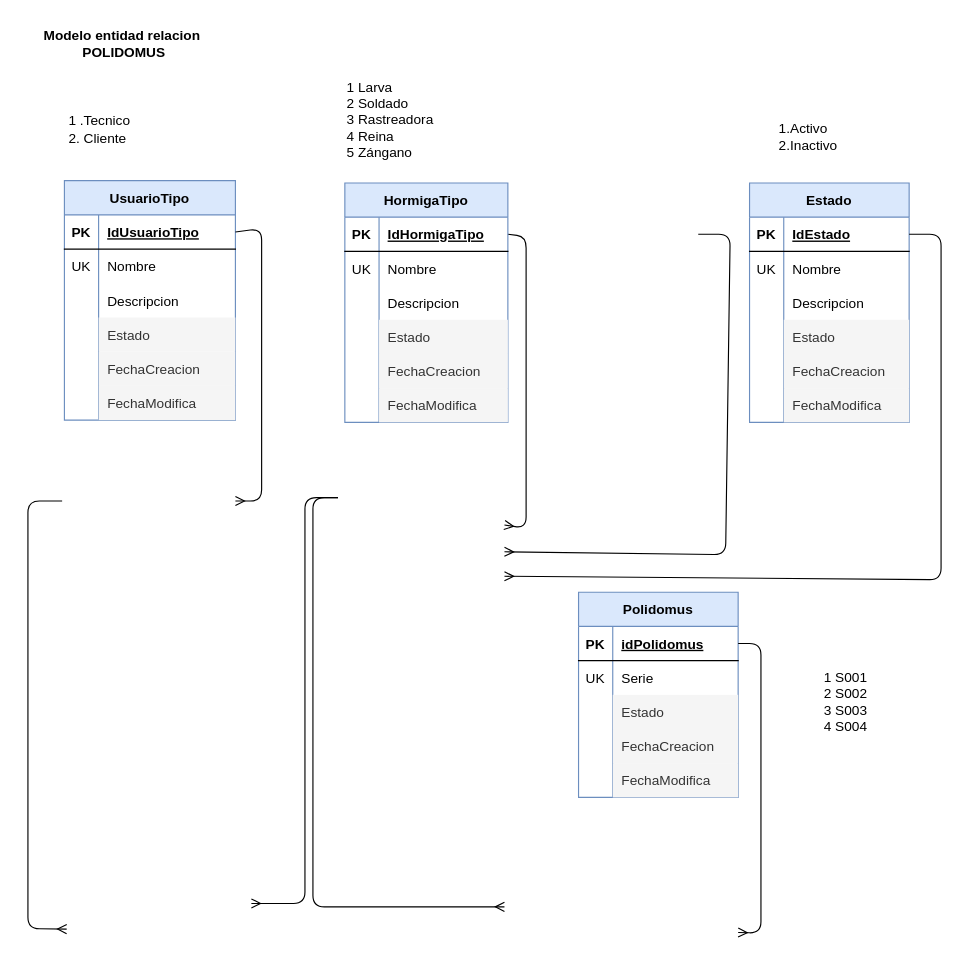
This is docs/design/MER.dio from C-b4s/my-polidomusfx, a draw.io file, before an edit. Source tidied: cells renumbered, new cells numbered last; positions are measured from the earlier drawing's top-left corner, leaving out a move shared by most shapes. Both pictures are drawn from the tidied source at 114%, with x=0, y=0 at pixel (27, 19).
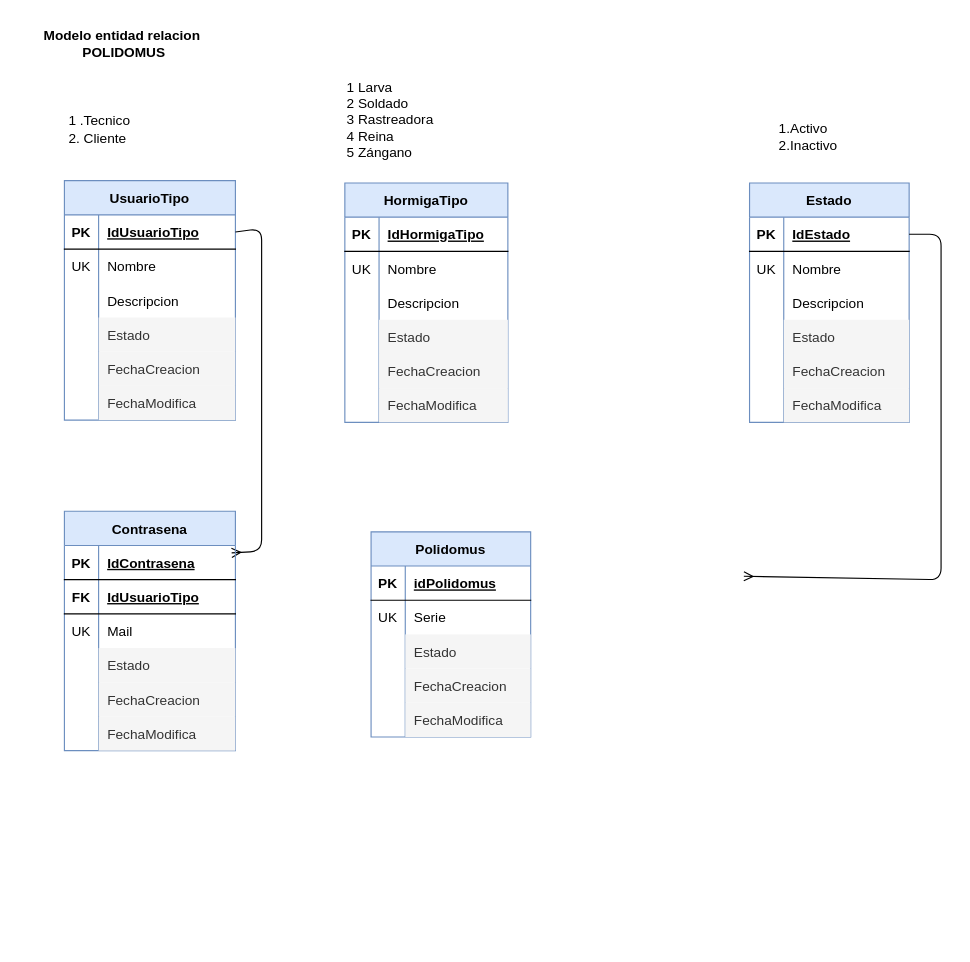
After the change.

Unchanged cells that the change refers to:
```xml
<mxCell id="6" style="shape=tableRow;horizontal=0;startSize=0;swimlaneHead=0;swimlaneBody=0;fillColor=none;points=[[0,0.5],[1,0.5]];portConstraint=eastwest;top=0;left=0;right=0;bottom=1;" parent="5" vertex="1">
  <mxGeometry y="30" width="143" height="30" as="geometry" />
</mxCell>
<mxCell id="25" style="shape=tableRow;horizontal=0;startSize=0;swimlaneHead=0;swimlaneBody=0;fillColor=none;points=[[0,0.5],[1,0.5]];portConstraint=eastwest;top=0;left=0;right=0;bottom=1;" parent="24" vertex="1">
  <mxGeometry y="30" width="150" height="30" as="geometry" />
</mxCell>
<mxCell id="46" style="shape=tableRow;horizontal=0;startSize=0;swimlaneHead=0;swimlaneBody=0;fillColor=none;points=[[0,0.5],[1,0.5]];portConstraint=eastwest;top=0;left=0;right=0;bottom=1;" parent="45" vertex="1">
  <mxGeometry y="30" width="140" height="30" as="geometry" />
</mxCell>
```

Diff of the diagram source:
```diff
@@
-    <mxCell id="4" style="html=1;endArrow=ERmany;endFill=0;exitX=1;exitY=0.5;exitDx=0;exitDy=0;entryX=1;entryY=0.5;entryDx=0;entryDy=0;" parent="1" edge="1" source="6">
-      <mxGeometry relative="1" as="geometry">
-        <mxPoint x="418" y="443" as="targetPoint" />
-        <Array as="points">
-          <mxPoint x="437" y="190" />
-          <mxPoint x="437" y="446" />
-        </Array>
-      </mxGeometry>
-    </mxCell>
@@
-    <mxCell id="44" style="html=1;endArrow=ERmany;endFill=0;exitX=1;exitY=0.5;exitDx=0;exitDy=0;" parent="1" edge="1">
-      <mxGeometry relative="1" as="geometry">
-        <mxPoint x="588" y="188" as="sourcePoint" />
-        <mxPoint x="418" y="466.5" as="targetPoint" />
-        <Array as="points">
-          <mxPoint x="616" y="188" />
-          <mxPoint x="612" y="469" />
-        </Array>
-      </mxGeometry>
-    </mxCell>
@@
-    <mxCell id="65" style="html=1;endArrow=ERmany;endFill=0;exitX=1;exitY=0.5;exitDx=0;exitDy=0;entryX=1;entryY=0.5;entryDx=0;entryDy=0;" parent="1" edge="1" source="46">
+    <mxCell id="65" style="html=1;endArrow=ERmany;endFill=0;exitX=1;exitY=0.5;exitDx=0;exitDy=0;" parent="1" edge="1" source="46">
       <mxGeometry relative="1" as="geometry">
-        <mxPoint x="418" y="488" as="targetPoint" />
+        <mxPoint x="628" y="488" as="targetPoint" />
         <Array as="points">
           <mxPoint x="801" y="188" />
           <mxPoint x="801" y="491" />
         </Array>
       </mxGeometry>
     </mxCell>
-    <mxCell id="66" style="html=1;endArrow=ERmany;endFill=0;exitX=1;exitY=0.5;exitDx=0;exitDy=0;entryX=1;entryY=0.5;entryDx=0;entryDy=0;" parent="1" edge="1" source="25">
+    <mxCell id="66" style="html=1;endArrow=ERmany;endFill=0;exitX=1;exitY=0.5;exitDx=0;exitDy=0;entryX=0.978;entryY=0.216;entryDx=0;entryDy=0;entryPerimeter=0;" parent="1" edge="1" source="25" target="89">
       <mxGeometry relative="1" as="geometry">
-        <mxPoint x="182" y="422" as="targetPoint" />
         <Array as="points">
           <mxPoint x="205" y="183" />
-          <mxPoint x="205" y="422" />
+          <mxPoint x="205" y="466" />
         </Array>
       </mxGeometry>
     </mxCell>
     <mxCell id="67" value="Polidomus" style="shape=table;startSize=30;childLayout=tableLayout;rowLines=0;fontStyle=1;align=center;fillColor=#dae8fc;strokeColor=#6c8ebf;" parent="1" vertex="1">
-      <mxGeometry x="483" y="502" width="140" height="180" as="geometry" />
+      <mxGeometry x="301" y="449" width="140" height="180" as="geometry" />
     </mxCell>
@@
-    <mxCell id="83" style="html=1;endArrow=ERmany;endFill=0;exitX=1;exitY=0.25;exitDx=0;exitDy=0;entryX=1;entryY=0.5;entryDx=0;entryDy=0;" parent="1" edge="1" source="67">
-      <mxGeometry relative="1" as="geometry">
-        <mxPoint x="623" y="800.5" as="targetPoint" />
-        <Array as="points">
-          <mxPoint x="643" y="547" />
-          <mxPoint x="643" y="801" />
-        </Array>
-      </mxGeometry>
-    </mxCell>
-    <mxCell id="84" style="html=1;endArrow=ERmany;endFill=0;exitX=0;exitY=0.5;exitDx=0;exitDy=0;entryX=0;entryY=0.5;entryDx=0;entryDy=0;" parent="1" edge="1">
-      <mxGeometry relative="1" as="geometry">
-        <mxPoint x="272" y="419" as="sourcePoint" />
-        <mxPoint x="418" y="778" as="targetPoint" />
-        <Array as="points">
-          <mxPoint x="250" y="419" />
-          <mxPoint x="250" y="778" />
-        </Array>
-      </mxGeometry>
-    </mxCell>
-    <mxCell id="85" style="html=1;endArrow=ERmany;endFill=0;entryX=1;entryY=0.5;entryDx=0;entryDy=0;exitX=0;exitY=0.5;exitDx=0;exitDy=0;" parent="1" edge="1">
-      <mxGeometry relative="1" as="geometry">
-        <mxPoint x="272" y="419" as="sourcePoint" />
-        <mxPoint x="196" y="775" as="targetPoint" />
-        <Array as="points">
-          <mxPoint x="243" y="419" />
-          <mxPoint x="243" y="775" />
-        </Array>
-      </mxGeometry>
-    </mxCell>
-    <mxCell id="86" style="html=1;endArrow=ERmany;endFill=0;exitX=0;exitY=0.5;exitDx=0;exitDy=0;entryX=0;entryY=0.5;entryDx=0;entryDy=0;" parent="1" edge="1">
-      <mxGeometry relative="1" as="geometry">
-        <mxPoint x="30" y="422" as="sourcePoint" />
-        <mxPoint x="34" y="797.5" as="targetPoint" />
-        <Array as="points">
-          <mxPoint y="422" />
-          <mxPoint y="797" />
-        </Array>
-      </mxGeometry>
-    </mxCell>
-    <mxCell id="87" value="1 S001&lt;div&gt;2 S002&lt;/div&gt;&lt;div&gt;3 S003&lt;/div&gt;&lt;div&gt;4 S004&lt;/div&gt;" style="text;html=1;align=center;verticalAlign=middle;strokeColor=none;fillColor=none;" parent="1" vertex="1">
-      <mxGeometry x="689" y="563" width="56" height="70" as="geometry" />
-    </mxCell>
+    <mxCell id="88" value="Contrasena" style="shape=table;startSize=30;childLayout=tableLayout;rowLines=0;fontStyle=1;align=center;fillColor=#dae8fc;strokeColor=#6c8ebf;" parent="1" vertex="1">
+      <mxGeometry x="32" y="431" width="150" height="210" as="geometry" />
+    </mxCell>
+    <mxCell id="89" style="shape=tableRow;horizontal=0;startSize=0;swimlaneHead=0;swimlaneBody=0;fillColor=none;points=[[0,0.5],[1,0.5]];portConstraint=eastwest;top=0;left=0;right=0;bottom=1;" parent="88" vertex="1">
+      <mxGeometry y="30" width="150" height="30" as="geometry" />
+    </mxCell>
+    <mxCell id="90" value="PK" style="shape=partialRectangle;fillColor=none;top=0;left=0;bottom=0;right=0;fontStyle=1;overflow=hidden;" parent="89" vertex="1">
+      <mxGeometry width="30" height="30" as="geometry" />
+    </mxCell>
+    <mxCell id="91" value="IdContrasena" style="shape=partialRectangle;fillColor=none;top=0;left=0;bottom=0;right=0;align=left;spacingLeft=6;fontStyle=5;overflow=hidden;" parent="89" vertex="1">
+      <mxGeometry x="30" width="120" height="30" as="geometry" />
+    </mxCell>
+    <mxCell id="92" style="shape=tableRow;horizontal=0;startSize=0;swimlaneHead=0;swimlaneBody=0;fillColor=none;top=0;left=0;right=0;bottom=1;" parent="88" vertex="1">
+      <mxGeometry y="60" width="150" height="30" as="geometry" />
+    </mxCell>
+    <mxCell id="93" value="FK" style="shape=partialRectangle;fillColor=none;top=0;left=0;bottom=0;right=0;fontStyle=1;overflow=hidden;" parent="92" vertex="1">
+      <mxGeometry width="30" height="30" as="geometry" />
+    </mxCell>
+    <mxCell id="94" value="IdUsuarioTipo" style="shape=partialRectangle;fillColor=none;top=0;left=0;bottom=0;right=0;align=left;spacingLeft=6;fontStyle=5;overflow=hidden;" parent="92" vertex="1">
+      <mxGeometry x="30" width="120" height="30" as="geometry" />
+    </mxCell>
+    <mxCell id="95" style="shape=tableRow;horizontal=0;startSize=0;swimlaneHead=0;swimlaneBody=0;fillColor=none;top=0;left=0;right=0;bottom=0;" parent="88" vertex="1">
+      <mxGeometry y="90" width="150" height="30" as="geometry" />
+    </mxCell>
+    <mxCell id="96" value="UK" style="shape=partialRectangle;fillColor=none;top=0;left=0;bottom=0;right=0;overflow=hidden;" parent="95" vertex="1">
+      <mxGeometry width="30" height="30" as="geometry" />
+    </mxCell>
+    <mxCell id="97" value="Mail" style="shape=partialRectangle;fillColor=none;top=0;left=0;bottom=0;right=0;align=left;spacingLeft=6;overflow=hidden;" parent="95" vertex="1">
+      <mxGeometry x="30" width="120" height="30" as="geometry" />
+    </mxCell>
+    <mxCell id="98" style="shape=tableRow;horizontal=0;startSize=0;swimlaneHead=0;swimlaneBody=0;fillColor=none;top=0;left=0;right=0;bottom=0;" parent="88" vertex="1">
+      <mxGeometry y="120" width="150" height="30" as="geometry" />
+    </mxCell>
+    <mxCell id="99" style="shape=partialRectangle;fillColor=none;top=0;left=0;bottom=0;right=0;overflow=hidden;" parent="98" vertex="1">
+      <mxGeometry width="30" height="30" as="geometry" />
+    </mxCell>
+    <mxCell id="100" value="Estado" style="shape=partialRectangle;fillColor=#f5f5f5;top=0;left=0;bottom=0;right=0;align=left;spacingLeft=6;overflow=hidden;strokeColor=#666666;fontColor=#333333;" parent="98" vertex="1">
+      <mxGeometry x="30" width="120" height="30" as="geometry" />
+    </mxCell>
+    <mxCell id="101" style="shape=tableRow;horizontal=0;startSize=0;swimlaneHead=0;swimlaneBody=0;fillColor=none;top=0;left=0;right=0;bottom=0;" parent="88" vertex="1">
+      <mxGeometry y="150" width="150" height="30" as="geometry" />
+    </mxCell>
+    <mxCell id="102" style="shape=partialRectangle;fillColor=none;top=0;left=0;bottom=0;right=0;overflow=hidden;" parent="101" vertex="1">
+      <mxGeometry width="30" height="30" as="geometry" />
+    </mxCell>
+    <mxCell id="103" value="FechaCreacion" style="shape=partialRectangle;fillColor=#f5f5f5;top=0;left=0;bottom=0;right=0;align=left;spacingLeft=6;overflow=hidden;strokeColor=#666666;fontColor=#333333;" parent="101" vertex="1">
+      <mxGeometry x="30" width="120" height="30" as="geometry" />
+    </mxCell>
+    <mxCell id="104" style="shape=tableRow;horizontal=0;startSize=0;swimlaneHead=0;swimlaneBody=0;fillColor=none;top=0;left=0;right=0;bottom=0;" parent="88" vertex="1">
+      <mxGeometry y="180" width="150" height="30" as="geometry" />
+    </mxCell>
+    <mxCell id="105" style="shape=partialRectangle;fillColor=none;top=0;left=0;bottom=0;right=0;overflow=hidden;" parent="104" vertex="1">
+      <mxGeometry width="30" height="30" as="geometry" />
+    </mxCell>
+    <mxCell id="106" value="FechaModifica" style="shape=partialRectangle;fillColor=#f5f5f5;top=0;left=0;bottom=0;right=0;align=left;spacingLeft=6;overflow=hidden;strokeColor=#666666;fontColor=#333333;" parent="104" vertex="1">
+      <mxGeometry x="30" width="120" height="30" as="geometry" />
+    </mxCell>
```
